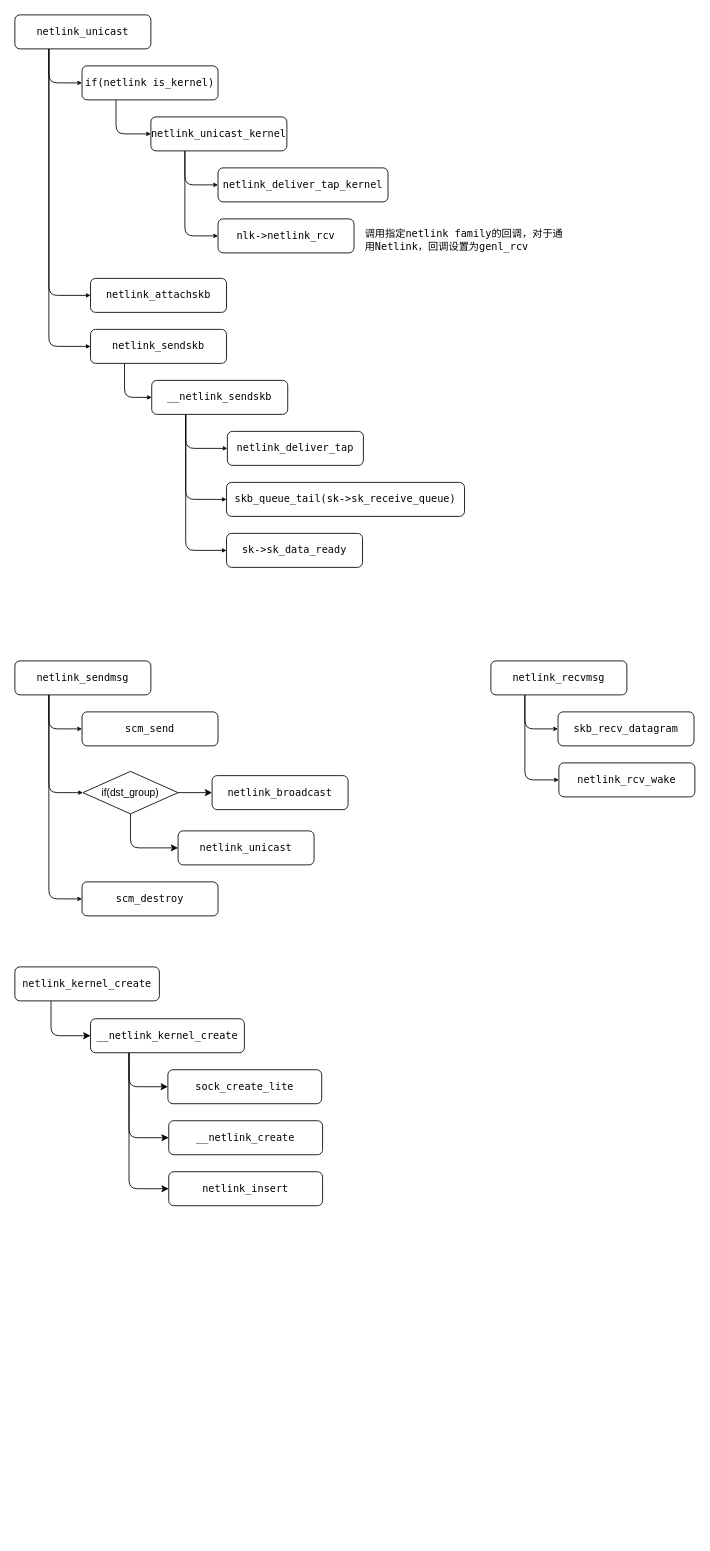
The draw.io diagram page "netlink流程" (2 of 5) of Netlink.drawio in Aspiresky/draw.io, before the edit. Source tidied: cells renumbered, new cells numbered last; positions are measured from the earlier drawing's top-left corner, leaving out a move shared by most shapes. Both pictures are drawn from the tidied source at 85%, with x=0, y=0 at pixel (14, 14).
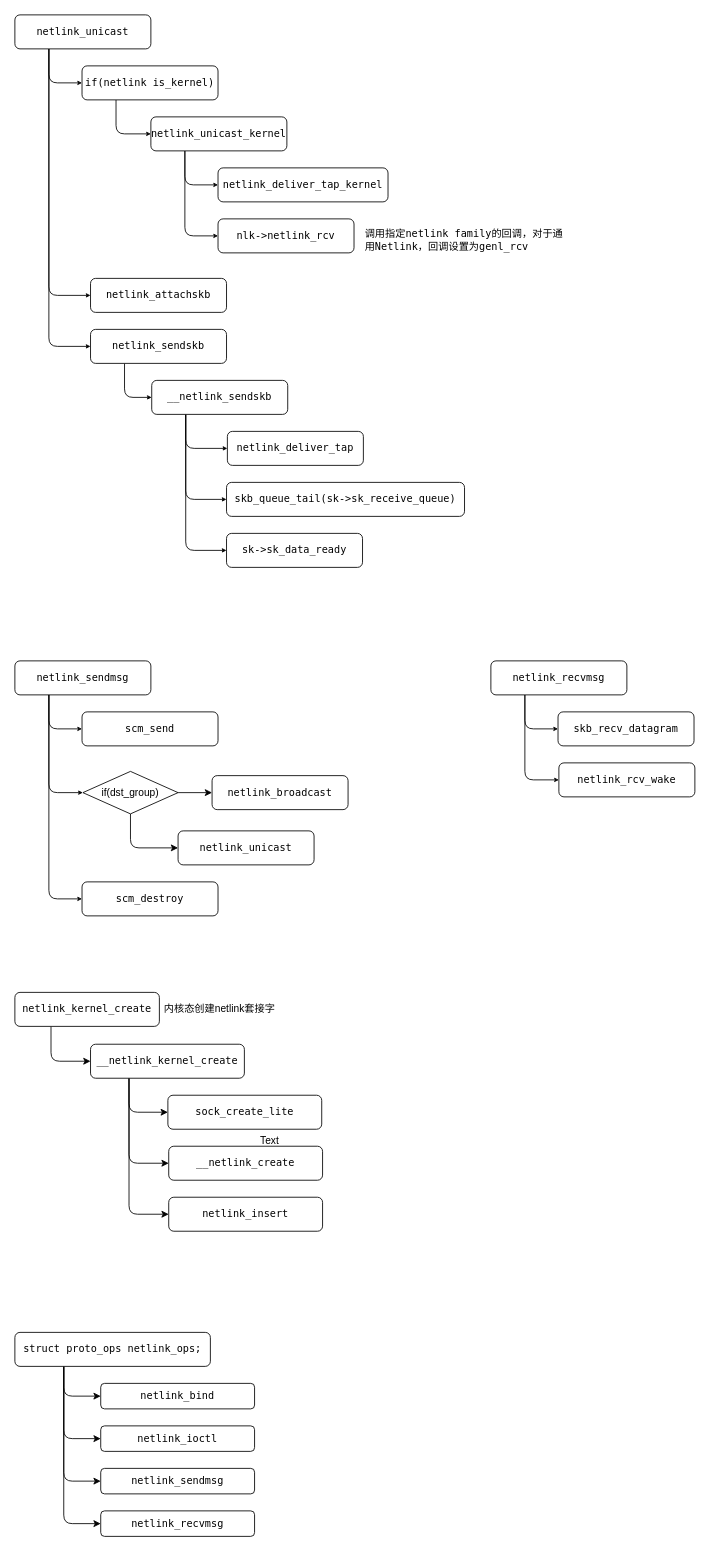
The same diagram, later.

Diff of the diagram source:
```diff
@@
     <mxCell id="41" value="netlink_kernel_create" style="rounded=1;whiteSpace=wrap;html=1;fontFamily=Lucida Console;" parent="1" vertex="1">
-      <mxGeometry y="1120" width="170" height="40" as="geometry" />
+      <mxGeometry y="1150" width="170" height="40" as="geometry" />
     </mxCell>
     <mxCell id="42" value="sock_create_lite" style="rounded=1;whiteSpace=wrap;html=1;fontFamily=Lucida Console;" parent="1" vertex="1">
-      <mxGeometry x="180" y="1241" width="181" height="40" as="geometry" />
+      <mxGeometry x="180" y="1271" width="181" height="40" as="geometry" />
     </mxCell>
@@
     <mxCell id="45" value="__netlink_kernel_create" style="rounded=1;whiteSpace=wrap;html=1;fontFamily=Lucida Console;" parent="1" vertex="1">
-      <mxGeometry x="89" y="1181" width="181" height="40" as="geometry" />
+      <mxGeometry x="89" y="1211" width="181" height="40" as="geometry" />
     </mxCell>
     <mxCell id="46" value="__netlink_create" style="rounded=1;whiteSpace=wrap;html=1;fontFamily=Lucida Console;" parent="1" vertex="1">
-      <mxGeometry x="181" y="1301" width="181" height="40" as="geometry" />
+      <mxGeometry x="181" y="1331" width="181" height="40" as="geometry" />
     </mxCell>
     <mxCell id="47" value="netlink_insert" style="rounded=1;whiteSpace=wrap;html=1;fontFamily=Lucida Console;" parent="1" vertex="1">
-      <mxGeometry x="181" y="1361" width="181" height="40" as="geometry" />
+      <mxGeometry x="181" y="1391" width="181" height="40" as="geometry" />
     </mxCell>
@@
+    <mxCell id="49" style="edgeStyle=orthogonalEdgeStyle;rounded=1;jettySize=auto;html=1;exitX=0.25;exitY=1;exitDx=0;exitDy=0;entryX=0;entryY=0.5;entryDx=0;entryDy=0;curved=0;" parent="1" edge="1" source="53" target="54">
+      <mxGeometry relative="1" as="geometry" />
+    </mxCell>
+    <mxCell id="50" style="edgeStyle=orthogonalEdgeStyle;rounded=1;jettySize=auto;html=1;exitX=0.25;exitY=1;exitDx=0;exitDy=0;entryX=0;entryY=0.5;entryDx=0;entryDy=0;curved=0;" parent="1" edge="1" source="53" target="55">
+      <mxGeometry relative="1" as="geometry" />
+    </mxCell>
+    <mxCell id="51" style="edgeStyle=orthogonalEdgeStyle;rounded=1;jettySize=auto;html=1;exitX=0.25;exitY=1;exitDx=0;exitDy=0;entryX=0;entryY=0.5;entryDx=0;entryDy=0;curved=0;" parent="1" edge="1" source="53" target="56">
+      <mxGeometry relative="1" as="geometry" />
+    </mxCell>
+    <mxCell id="52" style="edgeStyle=orthogonalEdgeStyle;rounded=1;jettySize=auto;html=1;exitX=0.25;exitY=1;exitDx=0;exitDy=0;entryX=0;entryY=0.5;entryDx=0;entryDy=0;curved=0;" parent="1" edge="1" source="53" target="57">
+      <mxGeometry relative="1" as="geometry" />
+    </mxCell>
+    <mxCell id="53" value="struct proto_ops netlink_ops;" style="rounded=1;whiteSpace=wrap;html=1;fontFamily=Lucida Console;" parent="1" vertex="1">
+      <mxGeometry y="1550" width="230" height="40" as="geometry" />
+    </mxCell>
+    <mxCell id="54" value="netlink_bind" style="rounded=1;whiteSpace=wrap;html=1;fontFamily=Lucida Console;" parent="1" vertex="1">
+      <mxGeometry x="101" y="1610" width="181" height="30" as="geometry" />
+    </mxCell>
+    <mxCell id="55" value="netlink_ioctl" style="rounded=1;whiteSpace=wrap;html=1;fontFamily=Lucida Console;" parent="1" vertex="1">
+      <mxGeometry x="101" y="1660" width="181" height="30" as="geometry" />
+    </mxCell>
+    <mxCell id="56" value="netlink_sendmsg" style="rounded=1;whiteSpace=wrap;html=1;fontFamily=Lucida Console;" parent="1" vertex="1">
+      <mxGeometry x="101" y="1710" width="181" height="30" as="geometry" />
+    </mxCell>
+    <mxCell id="57" value="netlink_recvmsg" style="rounded=1;whiteSpace=wrap;html=1;fontFamily=Lucida Console;" parent="1" vertex="1">
+      <mxGeometry x="101" y="1760" width="181" height="30" as="geometry" />
+    </mxCell>
+    <mxCell id="58" value="Text" style="text;html=1;strokeColor=none;fillColor=none;align=center;verticalAlign=middle;whiteSpace=wrap;rounded=0;" parent="1" vertex="1">
+      <mxGeometry x="270" y="1310" width="60" height="30" as="geometry" />
+    </mxCell>
+    <mxCell id="59" value="内核态创建netlink套接字" style="text;html=1;strokeColor=none;fillColor=none;align=center;verticalAlign=middle;whiteSpace=wrap;rounded=0;" parent="1" vertex="1">
+      <mxGeometry x="172" y="1155" width="138" height="30" as="geometry" />
+    </mxCell>
```
